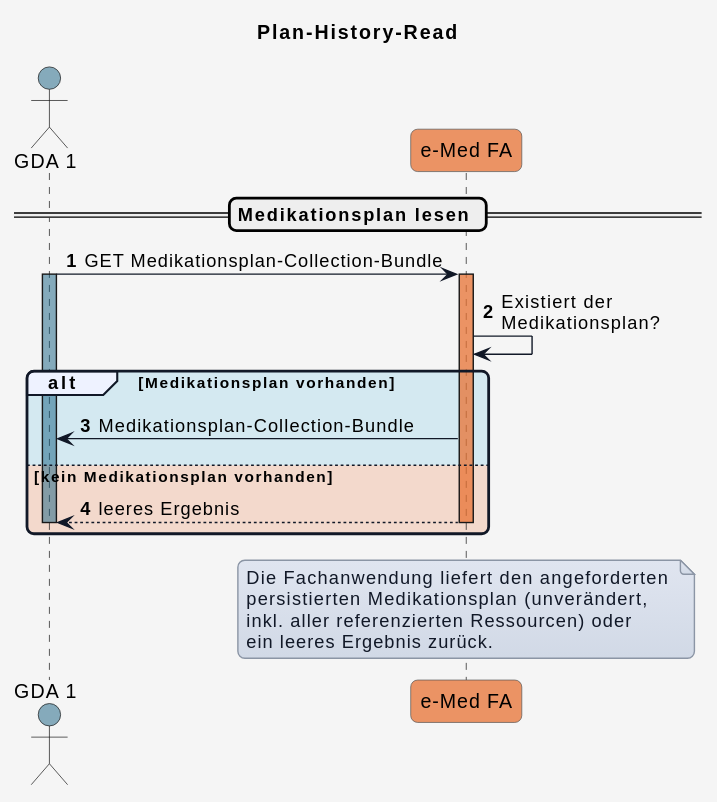
This is r4-ELGA-e-Medikation-main/plantuml/UC_eMed_05_01.svg from HL7Austria/hl7austria.github.io, a PlantUML export, as it was before one commit.
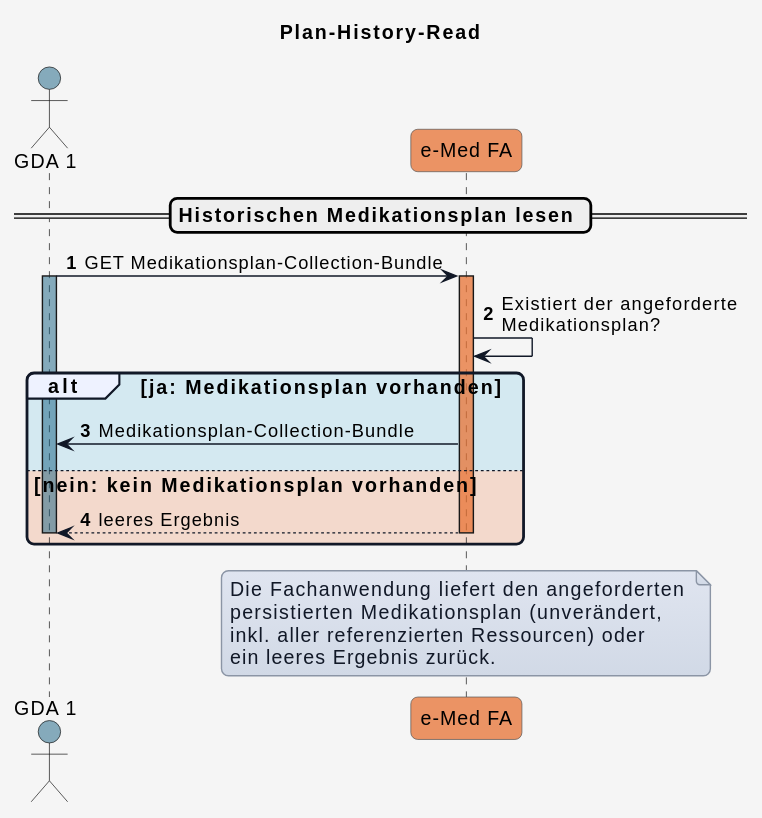
The same file after the commit.

Diff of the diagram source:
```diff
@@ -7,6 +7,7 @@
 skinparam shadowing false
 skinparam roundCorner 10
 skinparam defaultFontName "Arial"
+skinparam defaultFontSize 14
 skinparam defaultFontColor #000000
 skinparam HyperlinkColor #0000EE
 skinparam HyperlinkUnderline false
@@ -55,17 +56,17 @@
 
 autonumber
 
-== Medikationsplan lesen ==
+== Historischen Medikationsplan lesen ==
 
 GDA_1 -> eMed_FA: GET Medikationsplan-Collection-Bundle
 activate GDA_1 COLOR_GDA_1
 
 activate eMed_FA COLOR_EMED_FA
-eMed_FA -> eMed_FA: Existiert der\nMedikationsplan?
+eMed_FA -> eMed_FA: Existiert der angeforderte\nMedikationsplan?
 
-alt COLOR_OK Medikationsplan vorhanden
+alt COLOR_OK ja: Medikationsplan vorhanden
   eMed_FA -> GDA_1: Medikationsplan-Collection-Bundle
-else COLOR_ERROR kein Medikationsplan vorhanden
+else COLOR_ERROR nein: kein Medikationsplan vorhanden
   eMed_FA --> GDA_1: leeres Ergebnis
   deactivate GDA_1
   deactivate eMed_FA
```
